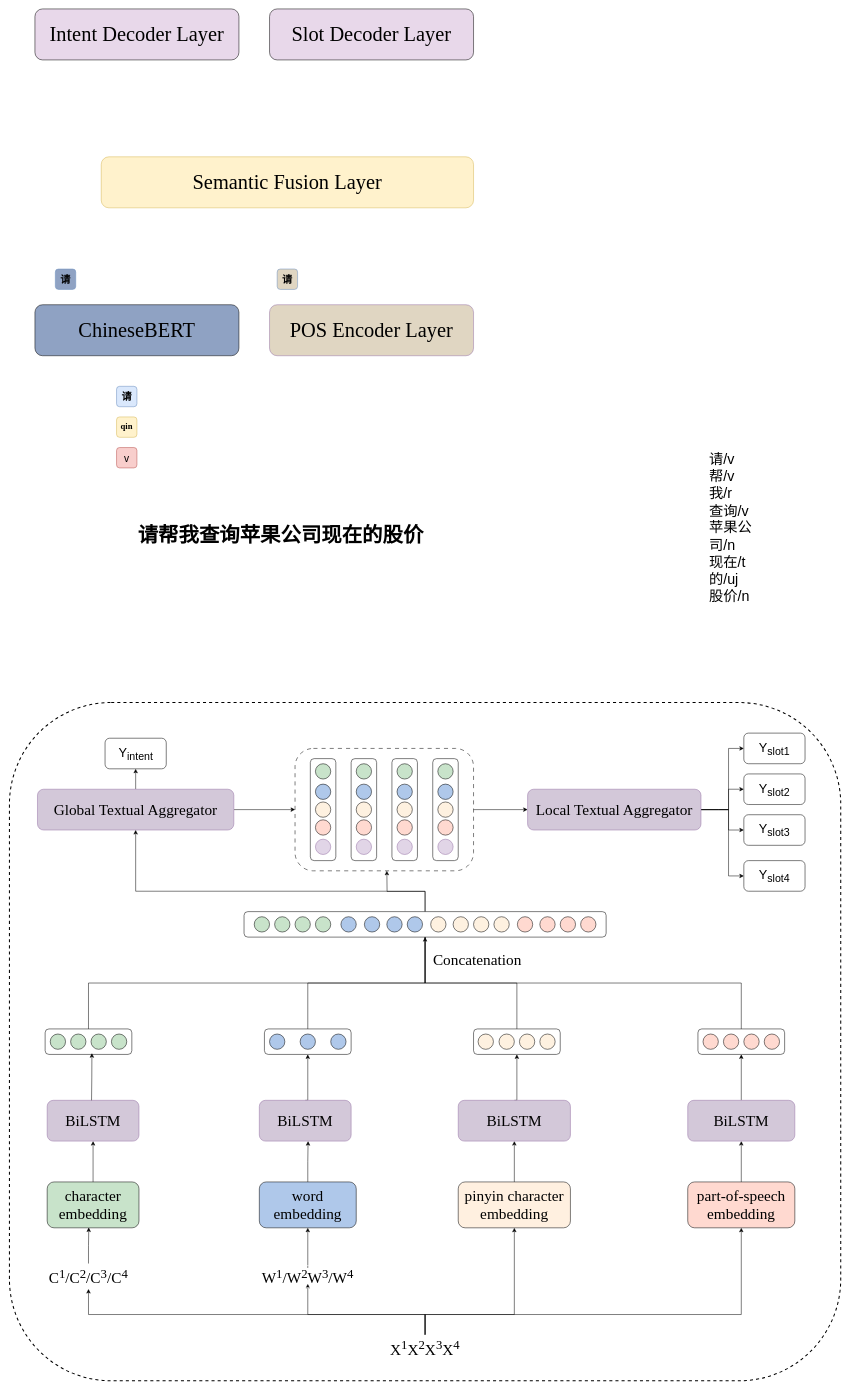
lengyueit/paper_pic keeps this draw.io diagram as propmt_chineseNLU/framework.drawio. Above is the earlier version. Source tidied: cells renumbered, new cells numbered last; positions are measured from the earlier drawing's top-left corner, leaving out a move shared by most shapes. Both pictures are drawn from the tidied source at 51%, with x=0, y=0 at pixel (9, 9).
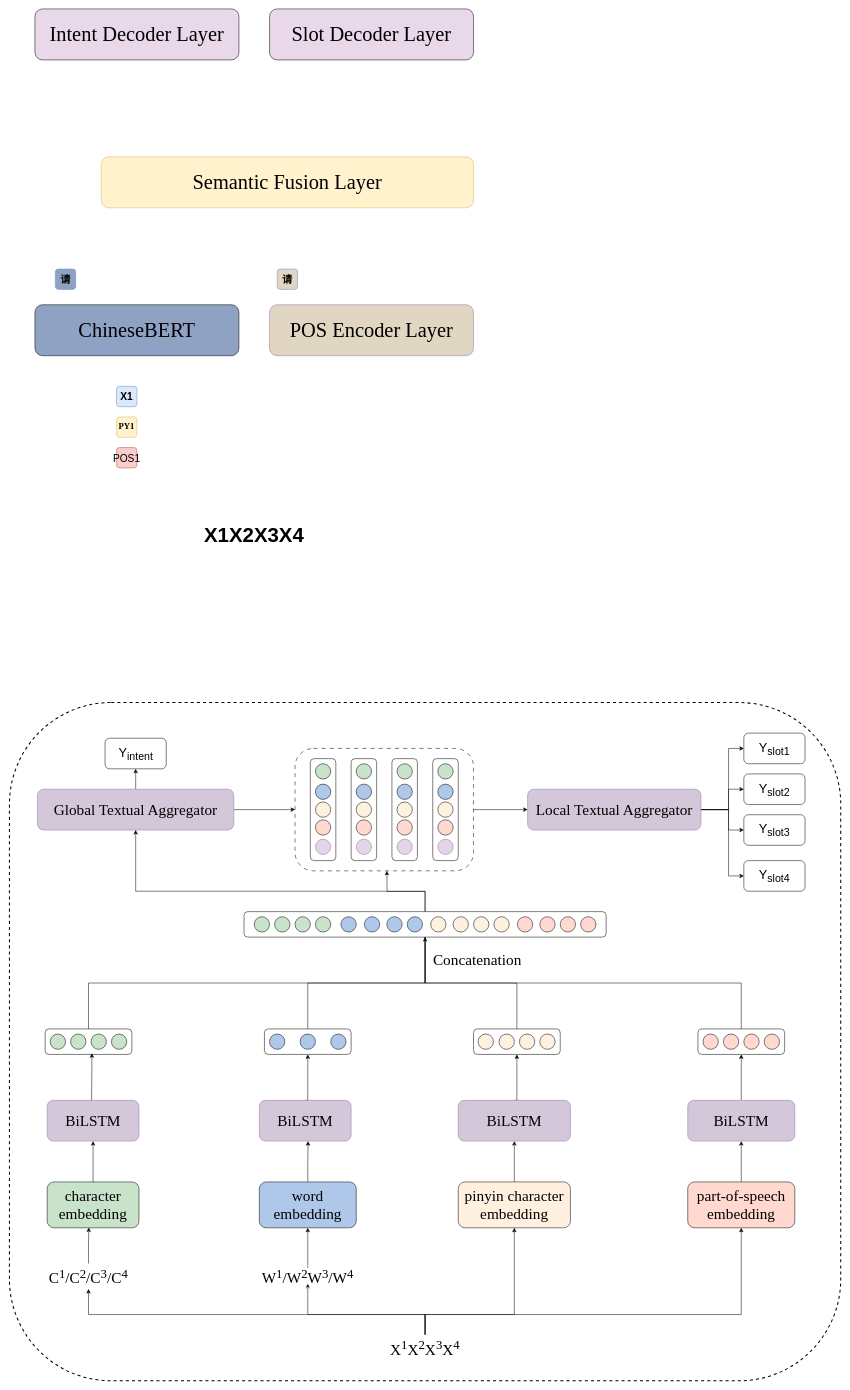
The same diagram, later.

Unchanged cells that the change refers to:
```xml
<mxCell id="7" style="group;" parent="1" vertex="1">
  <mxGeometry x="210" y="740" width="40" height="160" as="geometry" />
</mxCell>
```

The edit, as a diff of the source:
```diff
@@
-    <mxCell id="3" value="请帮我查询苹果公司现在的股价" style="text;whiteSpace=wrap;fontFamily=等线;fontSize=40;fontStyle=1;" parent="1" vertex="1">
-      <mxGeometry x="250" y="1000" width="580" height="40" as="geometry" />
+    <mxCell id="3" value="X1X2X3X4" style="text;whiteSpace=wrap;fontFamily=等线;fontSize=40;fontStyle=1;" parent="1" vertex="1">
+      <mxGeometry x="380" y="1000" width="200" height="40" as="geometry" />
     </mxCell>
@@
-    <mxCell id="5" value="请/v&#10;帮/v&#10;我/r&#10;查询/v&#10;苹果公司/n&#10;现在/t&#10;的/uj&#10;股价/n" style="text;whiteSpace=wrap;fontSize=28;" parent="1" vertex="1">
-      <mxGeometry x="1370" y="860" width="90" height="140" as="geometry" />
-    </mxCell>
@@
-    <mxCell id="8" value="&lt;span style=&quot;font-family: 等线; text-align: left;&quot;&gt;&lt;font style=&quot;font-size: 20px;&quot;&gt;请&lt;/font&gt;&lt;/span&gt;" style="rounded=1;whiteSpace=wrap;html=1;fillColor=#dae8fc;strokeColor=#6c8ebf;fontStyle=1;" parent="7" vertex="1">
+    <mxCell id="8" value="&lt;span style=&quot;font-family: 等线; text-align: left;&quot;&gt;&lt;font style=&quot;font-size: 20px;&quot;&gt;X1&lt;/font&gt;&lt;/span&gt;" style="rounded=1;whiteSpace=wrap;html=1;fillColor=#dae8fc;strokeColor=#6c8ebf;fontStyle=1;" parent="7" vertex="1">
       <mxGeometry width="40" height="40" as="geometry" />
     </mxCell>
-    <mxCell id="9" value="&lt;span style=&quot;font-size: 17px; text-align: left;&quot;&gt;&lt;font face=&quot;Times New Roman&quot;&gt;qin&lt;/font&gt;&lt;/span&gt;" style="rounded=1;whiteSpace=wrap;html=1;fillColor=#fff2cc;strokeColor=#d6b656;fontStyle=1;" parent="7" vertex="1">
+    <mxCell id="9" value="&lt;span style=&quot;font-size: 17px; text-align: left;&quot;&gt;&lt;font face=&quot;Times New Roman&quot;&gt;PY1&lt;/font&gt;&lt;/span&gt;" style="rounded=1;whiteSpace=wrap;html=1;fillColor=#fff2cc;strokeColor=#d6b656;fontStyle=1;" parent="7" vertex="1">
       <mxGeometry y="60" width="40" height="40" as="geometry" />
     </mxCell>
-    <mxCell id="10" value="&lt;span style=&quot;font-weight: 400; text-align: left;&quot;&gt;&lt;font style=&quot;font-size: 20px;&quot;&gt;v&lt;/font&gt;&lt;/span&gt;" style="rounded=1;whiteSpace=wrap;html=1;fillColor=#f8cecc;strokeColor=#b85450;fontStyle=1;" parent="7" vertex="1">
+    <mxCell id="10" value="&lt;span style=&quot;font-weight: 400; text-align: left;&quot;&gt;&lt;font style=&quot;font-size: 20px;&quot;&gt;POS1&lt;/font&gt;&lt;/span&gt;" style="rounded=1;whiteSpace=wrap;html=1;fillColor=#f8cecc;strokeColor=#b85450;fontStyle=1;" parent="7" vertex="1">
       <mxGeometry y="120" width="40" height="40" as="geometry" />
     </mxCell>
```
